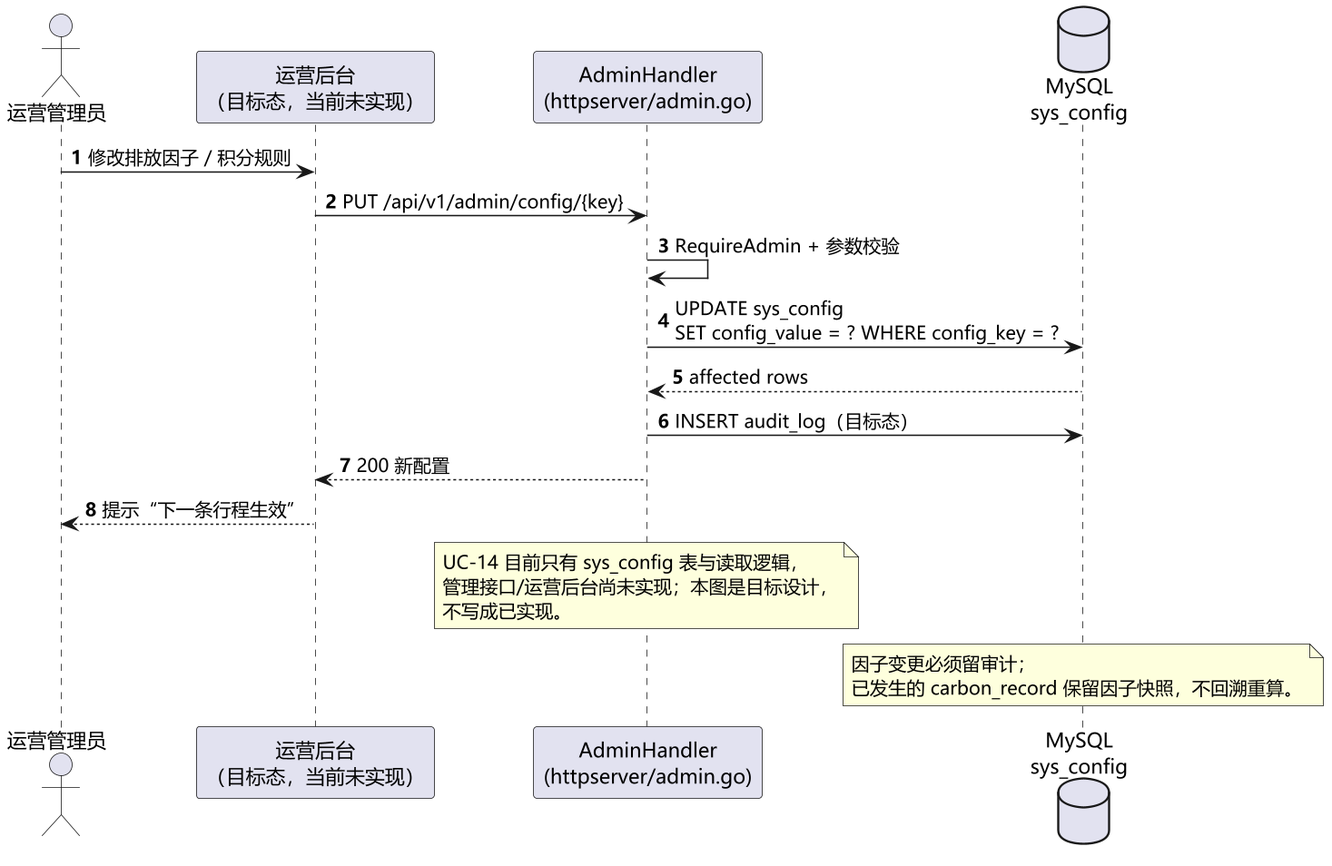
Before: docs/uml/out/图2-13 序列图：参数配置（UC-14 用例实现 · 目标态）.png, a diagram exported from PlantUML (chiyan11/green-travel-points).
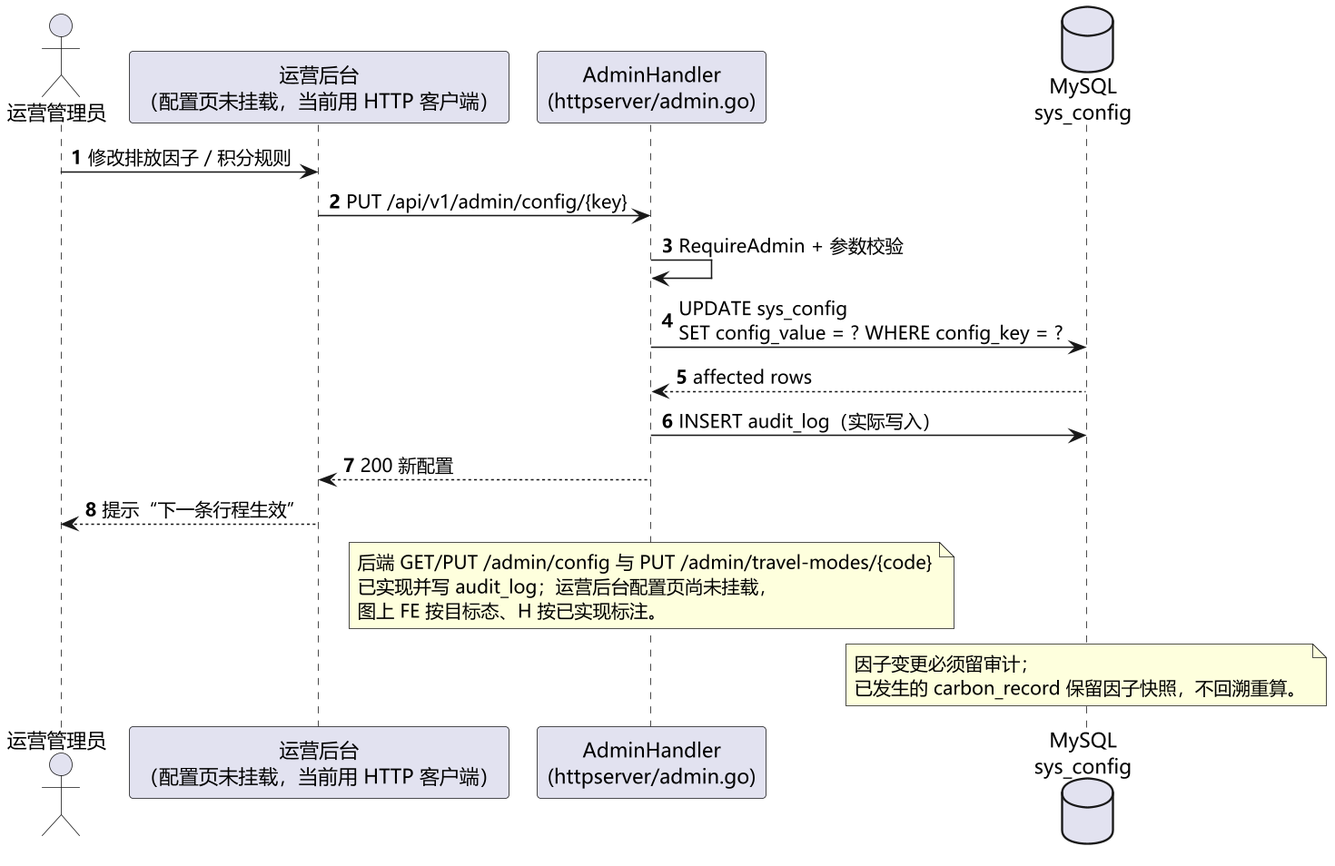
The same file after the commit.

Change to the diagram source:
```diff
@@ -5,7 +5,7 @@
 autonumber
 
 actor "运营管理员" as A
-participant "运营后台\n（目标态，当前未实现）" as FE
+participant "运营后台\n（配置页未挂载，当前用 HTTP 客户端）" as FE
 participant "AdminHandler\n(httpserver/admin.go)" as H
 database "MySQL\nsys_config" as DB
 
@@ -14,14 +14,14 @@
 H -> H : RequireAdmin + 参数校验
 H -> DB : UPDATE sys_config\nSET config_value = ? WHERE config_key = ?
 DB --> H : affected rows
-H -> DB : INSERT audit_log（目标态）
+H -> DB : INSERT audit_log（实际写入）
 H --> FE : 200 新配置
 FE --> A : 提示“下一条行程生效”
 
 note over H
-  UC-14 目前只有 sys_config 表与读取逻辑，
-  管理接口/运营后台尚未实现；本图是目标设计，
-  不写成已实现。
+  后端 GET/PUT /admin/config 与 PUT /admin/travel-modes/{code}
+  已实现并写 audit_log；运营后台配置页尚未挂载，
+  图上 FE 按目标态、H 按已实现标注。
 end note
 note over DB
   因子变更必须留审计；
```
